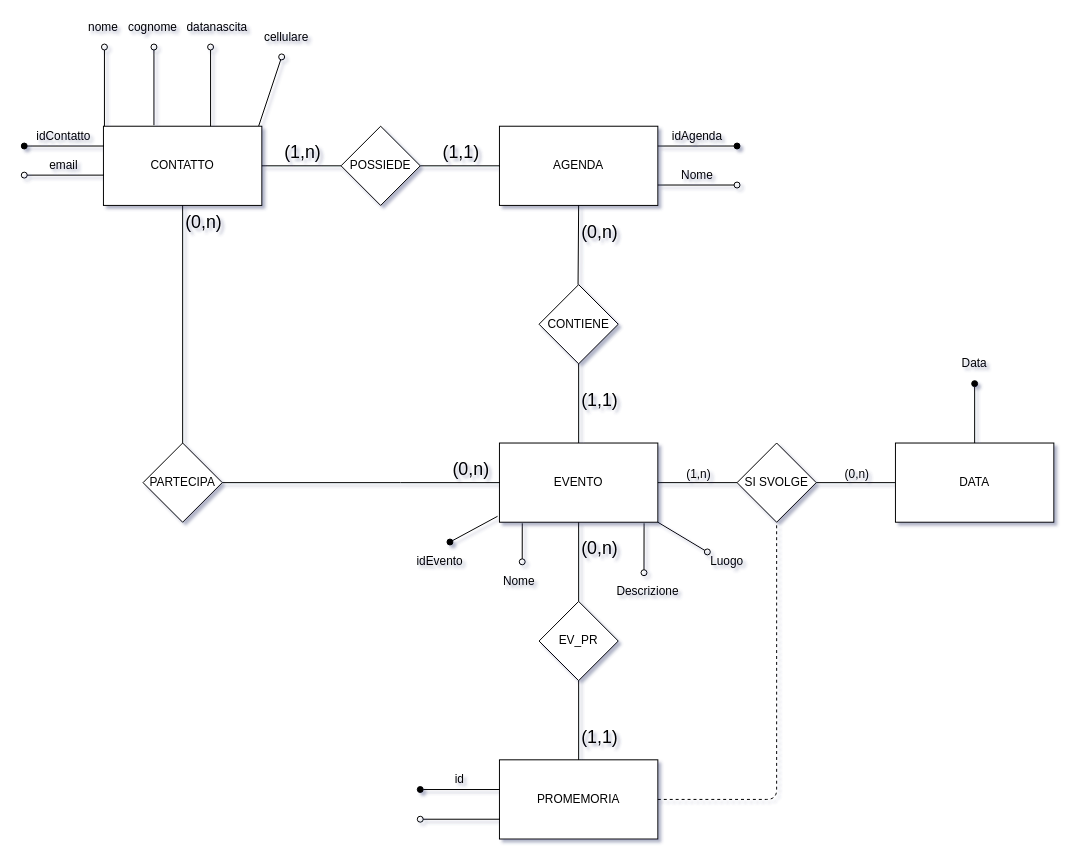
This is Untitled Diagram.drawio from codesimo/db, a draw.io file, before an edit. Source tidied: cells renumbered, new cells numbered last; positions are measured from the earlier drawing's top-left corner, leaving out a move shared by most shapes. Both pictures are drawn from the tidied source at 99%, with x=0, y=0 at pixel (24, 17).
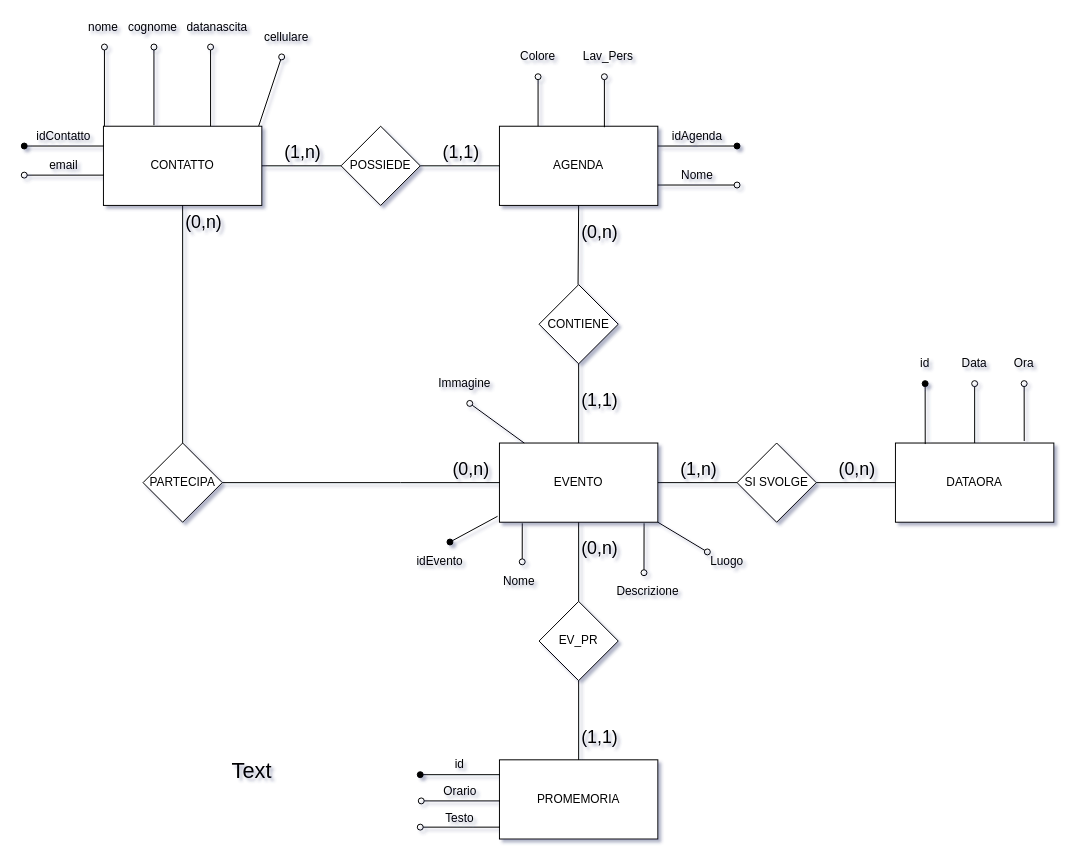
Above is the later version.

Unchanged cells that the change refers to:
```xml
<mxCell id="2" value="EVENTO" style="rounded=0;whiteSpace=wrap;html=1;" parent="1" vertex="1">
  <mxGeometry x="480" y="430" width="160" height="80" as="geometry" />
</mxCell>
<mxCell id="43" style="endArrow=none;html=1;rounded=0;exitX=1;exitY=0.5;exitDx=0;exitDy=0;entryX=0;entryY=0.5;entryDx=0;entryDy=0;" parent="1" edge="1" source="2">
  <mxGeometry relative="1" as="geometry">
    <mxPoint x="720" y="470" as="targetPoint" />
  </mxGeometry>
</mxCell>
<mxCell id="45" value="SI SVOLGE" style="rhombus;whiteSpace=wrap;html=1;" parent="1" vertex="1">
  <mxGeometry x="720" y="430" width="80" height="80" as="geometry" />
</mxCell>
<mxCell id="46" style="endArrow=none;html=1;rounded=0;exitX=1;exitY=0.5;exitDx=0;exitDy=0;entryX=0;entryY=0.5;entryDx=0;entryDy=0;" parent="1" edge="1">
  <mxGeometry relative="1" as="geometry">
    <mxPoint x="800" y="470" as="sourcePoint" />
    <mxPoint x="880" y="470" as="targetPoint" />
  </mxGeometry>
</mxCell>
<mxCell id="63" value="PROMEMORIA" style="rounded=0;whiteSpace=wrap;html=1;" parent="1" vertex="1">
  <mxGeometry x="480" y="750" width="160" height="80" as="geometry" />
</mxCell>
```

Diff of the diagram source:
```diff
@@
-    <mxCell id="44" value="(1,n)" style="html=1;align=center;verticalAlign=bottom;" parent="43" vertex="1">
+    <mxCell id="44" value="(1,n)" style="html=1;align=center;verticalAlign=bottom;fontSize=18;" parent="43" vertex="1">
       <mxGeometry x="-1" relative="1" as="geometry">
         <mxPoint x="40" as="offset" />
       </mxGeometry>
     </mxCell>
@@
-    <mxCell id="47" value="(0,n)" style="html=1;align=center;verticalAlign=bottom;" parent="46" vertex="1">
+    <mxCell id="47" value="(0,n)" style="html=1;align=center;verticalAlign=bottom;fontSize=18;" parent="46" vertex="1">
       <mxGeometry x="-1" relative="1" as="geometry">
         <mxPoint x="40" as="offset" />
       </mxGeometry>
     </mxCell>
-    <mxCell id="48" value="DATA" style="rounded=0;whiteSpace=wrap;html=1;" parent="1" vertex="1">
+    <mxCell id="48" value="DATAORA" style="rounded=0;whiteSpace=wrap;html=1;" parent="1" vertex="1">
       <mxGeometry x="880" y="430" width="160" height="80" as="geometry" />
     </mxCell>
@@
-    <mxCell id="68" style="endArrow=none;html=1;startArrow=oval;startFill=1;targetPortConstraint=east;" parent="1" edge="1" target="48">
+    <mxCell id="68" style="endArrow=none;html=1;startArrow=oval;startFill=0;targetPortConstraint=east;" parent="1" edge="1" target="48">
       <mxGeometry relative="1" as="geometry">
         <mxPoint x="960" y="370" as="sourcePoint" />
       </mxGeometry>
     </mxCell>
@@
     <mxCell id="70" style="group;" parent="1" vertex="1">
-      <mxGeometry x="400" y="760" width="80" height="20" as="geometry" />
+      <mxGeometry x="400" y="745" width="80" height="20" as="geometry" />
     </mxCell>
@@
-    <mxCell id="73" style="group;" parent="1" vertex="1">
-      <mxGeometry x="639" y="770" width="80" height="20" as="geometry" />
-    </mxCell>
+    <mxCell id="76" value="Orario" style="text;html=1;align=center;verticalAlign=middle;" parent="1" vertex="1">
+      <mxGeometry x="415" y="772" width="50" height="20" as="geometry" />
+    </mxCell>
+    <mxCell id="77" style="endArrow=none;html=1;startArrow=oval;startFill=0;entryX=1;entryY=0.75;entryDx=0;entryDy=0;" parent="1" edge="1">
+      <mxGeometry relative="1" as="geometry">
+        <mxPoint x="400" y="818" as="sourcePoint" />
+        <mxPoint x="480" y="818" as="targetPoint" />
+      </mxGeometry>
+    </mxCell>
+    <mxCell id="78" value="Testo" style="text;html=1;strokeColor=none;fillColor=none;align=center;verticalAlign=middle;whiteSpace=wrap;rounded=0;" parent="1" vertex="1">
+      <mxGeometry x="420" y="799" width="40" height="20" as="geometry" />
+    </mxCell>
+    <mxCell id="79" style="group;" parent="1" vertex="1">
+      <mxGeometry x="440" y="410" width="80" height="20" as="geometry" />
+    </mxCell>
+    <mxCell id="80" style="endArrow=none;html=1;startArrow=oval;startFill=0;" parent="79" edge="1" target="2">
+      <mxGeometry relative="1" as="geometry">
+        <mxPoint x="10" y="-20" as="sourcePoint" />
+      </mxGeometry>
+    </mxCell>
+    <mxCell id="81" value="Immagine" style="text;html=1;strokeColor=none;fillColor=none;align=center;verticalAlign=middle;whiteSpace=wrap;rounded=0;" parent="1" vertex="1">
+      <mxGeometry x="425" y="360" width="40" height="20" as="geometry" />
+    </mxCell>
-    <mxCell id="74" style="endArrow=none;html=1;startArrow=oval;startFill=0;entryX=0;entryY=0.75;entryDx=0;entryDy=0;" parent="73" edge="1" target="63">
+    <mxCell id="74" style="endArrow=none;html=1;startArrow=oval;startFill=0;entryX=0;entryY=0.75;entryDx=0;entryDy=0;" parent="1" edge="1">
       <mxGeometry relative="1" as="geometry">
-        <mxPoint x="-239" y="40" as="sourcePoint" />
+        <mxPoint x="401" y="791.5" as="sourcePoint" />
+        <mxPoint x="480" y="791.5" as="targetPoint" />
       </mxGeometry>
     </mxCell>
-    <mxCell id="75" style="endArrow=none;dashed=1;html=1;entryX=0.5;entryY=1;entryDx=0;entryDy=0;exitX=1;exitY=0.5;exitDx=0;exitDy=0;" parent="1" edge="1" source="63" target="45">
-      <mxGeometry relative="1" as="geometry">
-        <Array as="points">
-          <mxPoint x="760" y="790" />
-        </Array>
-      </mxGeometry>
-    </mxCell>
+    <mxCell id="82" style="endArrow=none;html=1;startArrow=oval;startFill=0;entryX=0.5;entryY=0;entryDx=0;entryDy=0;" parent="1" edge="1">
+      <mxGeometry relative="1" as="geometry">
+        <mxPoint x="519" y="60" as="sourcePoint" />
+        <mxPoint x="519" y="110" as="targetPoint" />
+      </mxGeometry>
+    </mxCell>
+    <mxCell id="83" value="Colore" style="text;html=1;strokeColor=none;fillColor=none;align=center;verticalAlign=middle;whiteSpace=wrap;rounded=0;" parent="1" vertex="1">
+      <mxGeometry x="499" y="30" width="40" height="20" as="geometry" />
+    </mxCell>
+    <mxCell id="84" style="endArrow=none;html=1;startArrow=oval;startFill=0;entryX=0.681;entryY=0.013;entryDx=0;entryDy=0;entryPerimeter=0;" parent="1" edge="1">
+      <mxGeometry relative="1" as="geometry">
+        <mxPoint x="586" y="60" as="sourcePoint" />
+        <mxPoint x="586" y="111" as="targetPoint" />
+      </mxGeometry>
+    </mxCell>
+    <mxCell id="85" value="Lav_Pers" style="text;html=1;strokeColor=none;fillColor=none;align=center;verticalAlign=middle;whiteSpace=wrap;rounded=0;" parent="1" vertex="1">
+      <mxGeometry x="570" y="30" width="40" height="20" as="geometry" />
+    </mxCell>
+    <mxCell id="86" value="id" style="text;html=1;strokeColor=none;fillColor=none;align=center;verticalAlign=middle;whiteSpace=wrap;rounded=0;" parent="1" vertex="1">
+      <mxGeometry x="890" y="340" width="40" height="20" as="geometry" />
+    </mxCell>
+    <mxCell id="87" style="endArrow=none;html=1;startArrow=oval;startFill=1;targetPortConstraint=east;entryX=0.188;entryY=0.013;entryDx=0;entryDy=0;entryPerimeter=0;" parent="1" edge="1" target="48">
+      <mxGeometry relative="1" as="geometry">
+        <mxPoint x="910" y="370" as="sourcePoint" />
+      </mxGeometry>
+    </mxCell>
+    <mxCell id="88" style="endArrow=none;html=1;startArrow=oval;startFill=0;entryX=0.813;entryY=-0.025;entryDx=0;entryDy=0;entryPerimeter=0;" parent="1" edge="1" target="48">
+      <mxGeometry relative="1" as="geometry">
+        <mxPoint x="1010" y="370" as="sourcePoint" />
+      </mxGeometry>
+    </mxCell>
+    <mxCell id="89" value="Ora" style="text;html=1;strokeColor=none;fillColor=none;align=center;verticalAlign=middle;whiteSpace=wrap;rounded=0;" parent="1" vertex="1">
+      <mxGeometry x="990" y="340" width="40" height="20" as="geometry" />
+    </mxCell>
+    <mxCell id="90" value="Text" style="text;html=1;strokeColor=none;fillColor=none;align=center;verticalAlign=middle;whiteSpace=wrap;rounded=0;fontSize=22;" parent="1" vertex="1">
+      <mxGeometry x="210" y="752" width="40" height="20" as="geometry" />
+    </mxCell>
```
